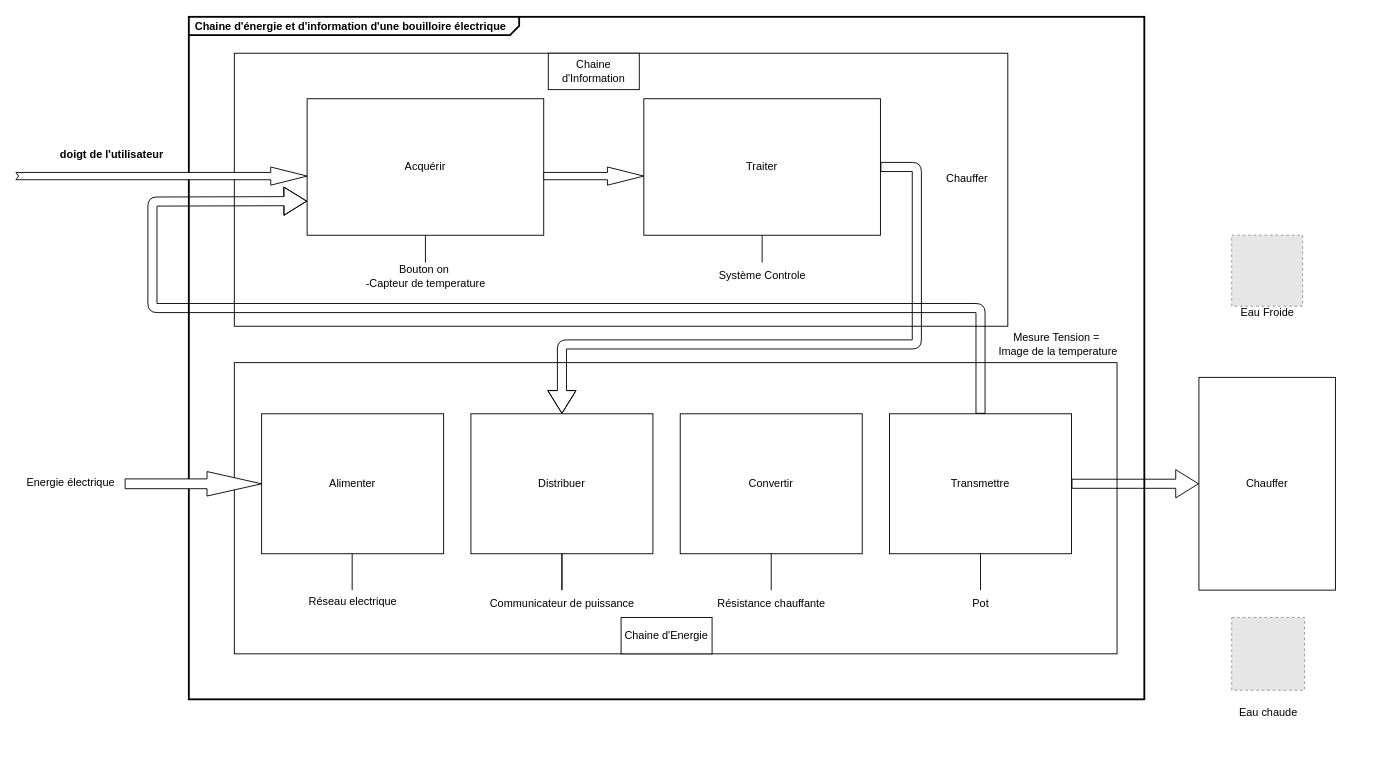
Earlier version of the draw.io diagram BD_BOUILLOIRE.drawio (Capaure/mon_classeur_SI1ere). Source tidied: cells renumbered, new cells numbered last; positions are measured from the earlier drawing's top-left corner, leaving out a move shared by most shapes. Both pictures are drawn from the tidied source at 91%, with x=0, y=0 at pixel (15, 16). Pictures stored in the file or linked from it are replaced by grey dashed boxes.
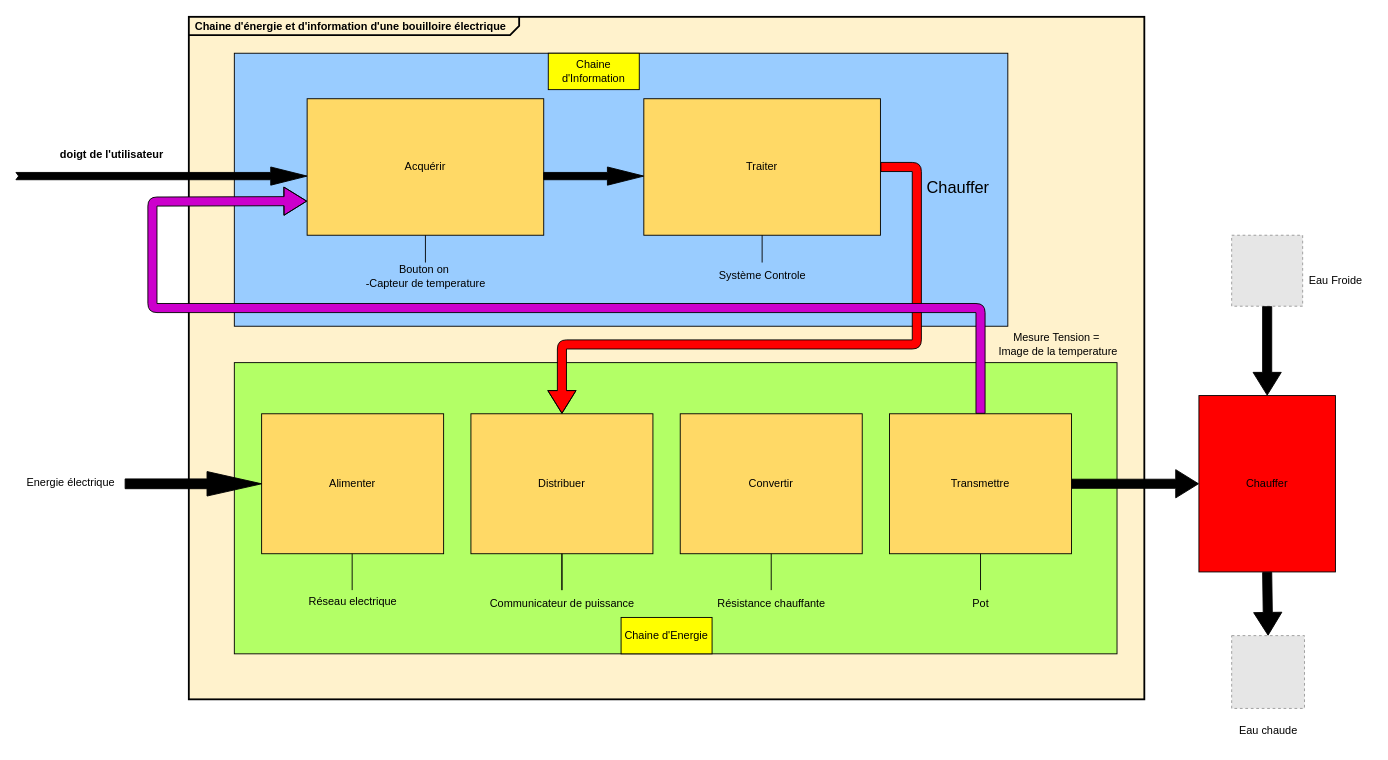
The same diagram, later.

Commit message:
Mettre à jour BD_BOUILLOIRE.drawio

The change refers to these unchanged cells:
```xml
<mxCell id="32" style="fillColor=#E6E6E6;strokeColor=#999999;dashed=1;html=1;verticalAlign=top;verticalLabelPosition=bottom;labelBackgroundColor=#ffffff;" parent="1" vertex="1">
  <mxGeometry x="1336" y="240" width="78" height="78" as="geometry" />
</mxCell>
```

The edit, as a diff of the source:
```diff
@@
-    <mxCell id="2" value="&lt;p style=&quot;margin:0px;margin-top:4px;margin-left:7px;text-align:left;&quot;&gt;&lt;b&gt;Chaine d'énergie et d'information d'une bouilloire électrique&lt;/b&gt;&lt;/p&gt;" style="html=1;shape=mxgraph.sysml.package;overflow=fill;labelX=363;strokeWidth=2;align=center;" parent="1" vertex="1">
+    <mxCell id="2" value="&lt;p style=&quot;margin:0px;margin-top:4px;margin-left:7px;text-align:left;&quot;&gt;&lt;b&gt;Chaine d'énergie et d'information d'une bouilloire électrique&lt;/b&gt;&lt;/p&gt;" style="html=1;shape=mxgraph.sysml.package;overflow=fill;labelX=363;strokeWidth=2;align=center;fillColor=#FFF2CC;" parent="1" vertex="1">
       <mxGeometry x="190" width="1050" height="750" as="geometry" />
     </mxCell>
-    <mxCell id="3" style="html=1;whiteSpace=wrap;" parent="1" vertex="1">
+    <mxCell id="3" style="html=1;whiteSpace=wrap;fillColor=#99CCFF;" parent="1" vertex="1">
       <mxGeometry x="240" y="40" width="850" height="300" as="geometry" />
     </mxCell>
-    <mxCell id="4" style="html=1;whiteSpace=wrap;" parent="1" vertex="1">
+    <mxCell id="4" style="html=1;whiteSpace=wrap;fillColor=#B3FF66;" parent="1" vertex="1">
       <mxGeometry x="240" y="380" width="970" height="320" as="geometry" />
     </mxCell>
-    <mxCell id="5" style="html=1;shadow=0;dashed=0;align=center;verticalAlign=middle;shape=mxgraph.arrows2.arrow;dy=0.6;dx=40;notch=3;" parent="1" vertex="1">
+    <mxCell id="5" style="html=1;shadow=0;dashed=0;align=center;verticalAlign=middle;shape=mxgraph.arrows2.arrow;dy=0.6;dx=40;notch=3;fillColor=#000000;" parent="1" vertex="1">
       <mxGeometry y="165" width="320" height="20" as="geometry" />
     </mxCell>
@@
-    <mxCell id="7" value="A&lt;span style=&quot;background-color: initial;&quot;&gt;cquérir&lt;/span&gt;" style="html=1;whiteSpace=wrap;" parent="1" vertex="1">
+    <mxCell id="7" value="A&lt;span style=&quot;background-color: initial;&quot;&gt;cquérir&lt;/span&gt;" style="html=1;whiteSpace=wrap;fillColor=#FFD966;" parent="1" vertex="1">
       <mxGeometry x="320" y="90" width="260" height="150" as="geometry" />
     </mxCell>
-    <mxCell id="8" style="html=1;shadow=0;dashed=0;align=center;verticalAlign=middle;shape=mxgraph.arrows2.arrow;dy=0.6;dx=40;notch=0;" parent="1" vertex="1">
+    <mxCell id="8" style="html=1;shadow=0;dashed=0;align=center;verticalAlign=middle;shape=mxgraph.arrows2.arrow;dy=0.6;dx=40;notch=0;fillColor=#000000;" parent="1" vertex="1">
       <mxGeometry x="580" y="165" width="110" height="20" as="geometry" />
     </mxCell>
-    <mxCell id="9" value="Traiter" style="html=1;whiteSpace=wrap;" parent="1" vertex="1">
+    <mxCell id="9" value="Traiter" style="html=1;whiteSpace=wrap;fillColor=#FFD966;" parent="1" vertex="1">
       <mxGeometry x="690" y="90" width="260" height="150" as="geometry" />
     </mxCell>
-    <mxCell id="10" value="Distribuer" style="html=1;whiteSpace=wrap;" parent="1" vertex="1">
+    <mxCell id="10" value="Distribuer" style="html=1;whiteSpace=wrap;fillColor=#FFD966;" parent="1" vertex="1">
       <mxGeometry x="500" y="436.2" width="200" height="153.8" as="geometry" />
     </mxCell>
-    <mxCell id="11" value="Alimenter" style="html=1;whiteSpace=wrap;" parent="1" vertex="1">
+    <mxCell id="11" value="Alimenter" style="html=1;whiteSpace=wrap;fillColor=#FFD966;" parent="1" vertex="1">
       <mxGeometry x="270" y="436.2" width="200" height="153.8" as="geometry" />
     </mxCell>
-    <mxCell id="12" value="Convertir" style="html=1;whiteSpace=wrap;" parent="1" vertex="1">
+    <mxCell id="12" value="Convertir" style="html=1;whiteSpace=wrap;fillColor=#FFD966;" parent="1" vertex="1">
       <mxGeometry x="730" y="436.2" width="200" height="153.8" as="geometry" />
     </mxCell>
-    <mxCell id="13" value="Transmettre" style="html=1;whiteSpace=wrap;" parent="1" vertex="1">
+    <mxCell id="13" value="Transmettre" style="html=1;whiteSpace=wrap;fillColor=#FFD966;" parent="1" vertex="1">
       <mxGeometry x="960" y="436.2" width="200" height="153.8" as="geometry" />
     </mxCell>
@@
-    <mxCell id="21" value="Chaine d'Information" style="whiteSpace=wrap;html=1;align=center;" parent="1" vertex="1">
+    <mxCell id="21" value="Chaine d'Information" style="whiteSpace=wrap;html=1;align=center;fillColor=#FFFF00;" parent="1" vertex="1">
       <mxGeometry x="585" y="40" width="100" height="40" as="geometry" />
     </mxCell>
-    <mxCell id="22" value="Chaine d'Energie" style="whiteSpace=wrap;html=1;align=center;" parent="1" vertex="1">
+    <mxCell id="22" value="Chaine d'Energie" style="whiteSpace=wrap;html=1;align=center;fillColor=#FFFF00;" parent="1" vertex="1">
       <mxGeometry x="665" y="660" width="100" height="40" as="geometry" />
     </mxCell>
@@
-    <mxCell id="27" value="Chauffer" style="whiteSpace=wrap;html=1;align=center;" parent="1" vertex="1">
-      <mxGeometry x="1300" y="396.2" width="150" height="233.8" as="geometry" />
+    <mxCell id="27" value="Chauffer" style="whiteSpace=wrap;html=1;align=center;fillColor=#FF0000;" parent="1" vertex="1">
+      <mxGeometry x="1300" y="416.2" width="150" height="193.8" as="geometry" />
     </mxCell>
-    <mxCell id="28" style="edgeStyle=none;jettySize=auto;html=1;shape=flexArrow;rounded=1;startSize=8;endSize=8;exitX=1;exitY=0.5;exitDx=0;exitDy=0;entryX=0;entryY=0.5;entryDx=0;entryDy=0;" parent="1" edge="1" source="13" target="27">
+    <mxCell id="28" style="edgeStyle=none;jettySize=auto;html=1;shape=flexArrow;rounded=1;startSize=8;endSize=8;exitX=1;exitY=0.5;exitDx=0;exitDy=0;entryX=0;entryY=0.5;entryDx=0;entryDy=0;fillColor=#000000;" parent="1" edge="1" source="13" target="27">
       <mxGeometry relative="1" as="geometry" />
     </mxCell>
-    <mxCell id="29" style="edgeStyle=none;jettySize=auto;html=1;shape=flexArrow;rounded=1;startSize=8;endSize=8;exitX=1;exitY=0.5;exitDx=0;exitDy=0;entryX=0.5;entryY=0;entryDx=0;entryDy=0;" parent="1" edge="1" source="9" target="10">
+    <mxCell id="29" style="edgeStyle=none;jettySize=auto;html=1;shape=flexArrow;rounded=1;startSize=8;endSize=8;exitX=1;exitY=0.5;exitDx=0;exitDy=0;entryX=0.5;entryY=0;entryDx=0;entryDy=0;fillColor=#FF0000;" parent="1" edge="1" source="9" target="10">
       <mxGeometry relative="1" as="geometry">
         <Array as="points">
           <mxPoint x="990" y="165" />
           <mxPoint x="990" y="360" />
           <mxPoint x="600" y="360" />
         </Array>
       </mxGeometry>
     </mxCell>
-    <mxCell id="30" style="edgeStyle=none;jettySize=auto;html=1;shape=flexArrow;rounded=1;startSize=8;endSize=8;exitX=0.5;exitY=0;exitDx=0;exitDy=0;entryX=0;entryY=0.75;entryDx=0;entryDy=0;" parent="1" edge="1" source="13" target="7">
+    <mxCell id="30" style="edgeStyle=none;jettySize=auto;html=1;shape=flexArrow;rounded=1;startSize=8;endSize=8;exitX=0.5;exitY=0;exitDx=0;exitDy=0;entryX=0;entryY=0.75;entryDx=0;entryDy=0;fillColor=#CC00CC;" parent="1" edge="1" source="13" target="7">
       <mxGeometry relative="1" as="geometry">
         <Array as="points">
           <mxPoint x="1060" y="320" />
           <mxPoint x="150" y="320" />
           <mxPoint x="150" y="203" />
         </Array>
       </mxGeometry>
     </mxCell>
@@
     <mxCell id="33" value="Eau Froide" style="text;html=1;align=center;verticalAlign=middle;strokeColor=none;fillColor=none;" parent="1" vertex="1">
-      <mxGeometry x="1335" y="310" width="80" height="30" as="geometry" />
+      <mxGeometry x="1410" y="275" width="80" height="30" as="geometry" />
     </mxCell>
     <mxCell id="34" style="fillColor=#E6E6E6;strokeColor=#999999;dashed=1;html=1;verticalAlign=top;verticalLabelPosition=bottom;labelBackgroundColor=#ffffff;" parent="1" vertex="1">
-      <mxGeometry x="1336" y="660" width="80" height="80" as="geometry" />
+      <mxGeometry x="1336" y="680" width="80" height="80" as="geometry" />
     </mxCell>
     <mxCell id="35" value="Eau chaude" style="text;html=1;align=center;verticalAlign=middle;strokeColor=none;fillColor=none;" parent="1" vertex="1">
-      <mxGeometry x="1331" y="750" width="90" height="30" as="geometry" />
+      <mxGeometry x="1331" y="770" width="90" height="30" as="geometry" />
     </mxCell>
-    <mxCell id="36" value="Chauffer&lt;div&gt;&lt;br&gt;&lt;/div&gt;" style="text;html=1;align=center;verticalAlign=middle;strokeColor=none;fillColor=none;" parent="1" vertex="1">
-      <mxGeometry x="1010" y="165" width="70" height="40" as="geometry" />
+    <mxCell id="36" value="&lt;font style=&quot;font-size: 18px;&quot;&gt;Chauffer&lt;/font&gt;&lt;div&gt;&lt;br&gt;&lt;/div&gt;" style="text;html=1;align=center;verticalAlign=middle;strokeColor=none;fillColor=none;" parent="1" vertex="1">
+      <mxGeometry x="990" y="170" width="90" height="50" as="geometry" />
     </mxCell>
@@
-    <mxCell id="39" style="shape=singleArrow;whiteSpace=wrap;html=1;arrowWidth=0.4;arrowSize=0.4;" parent="1" vertex="1">
+    <mxCell id="39" style="shape=singleArrow;whiteSpace=wrap;html=1;arrowWidth=0.4;arrowSize=0.4;fillColor=#000000;" parent="1" vertex="1">
       <mxGeometry x="120" y="499.7" width="150" height="26.9" as="geometry" />
     </mxCell>
@@
+    <mxCell id="41" style="edgeStyle=none;jettySize=auto;html=1;shape=flexArrow;rounded=1;startSize=8;endSize=8;entryX=0.5;entryY=0;entryDx=0;entryDy=0;fillColor=#000000;" parent="1" edge="1" source="32" target="27">
+      <mxGeometry relative="1" as="geometry" />
+    </mxCell>
+    <mxCell id="42" style="edgeStyle=none;jettySize=auto;html=1;shape=flexArrow;rounded=1;startSize=8;endSize=8;exitX=0.5;exitY=1;exitDx=0;exitDy=0;entryX=0.5;entryY=0;entryDx=0;entryDy=0;fillColor=#000000;" parent="1" edge="1" source="27" target="34">
+      <mxGeometry relative="1" as="geometry" />
+    </mxCell>
```
